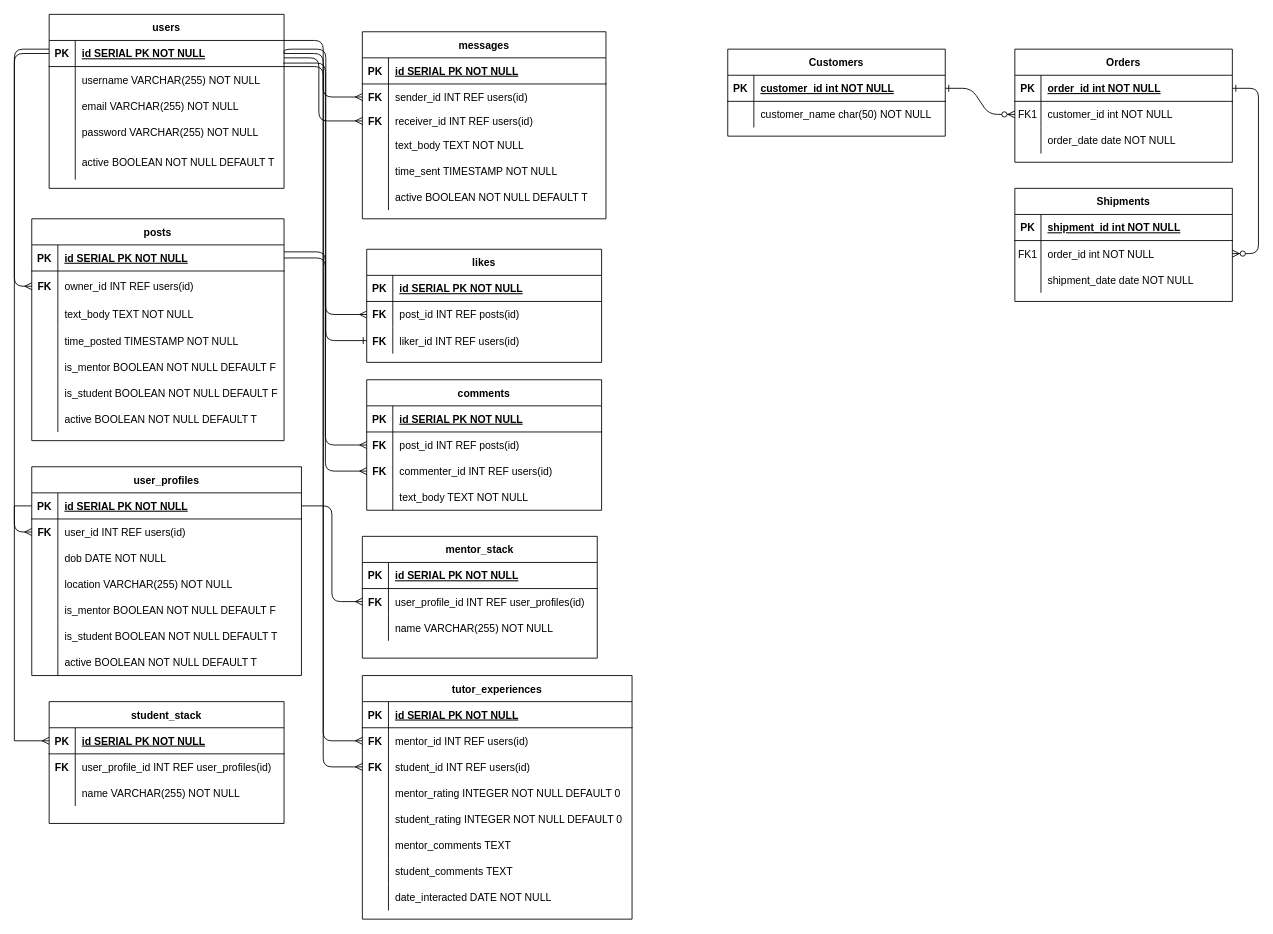
Before: erd.drawio in mgibby91/social_network, a draw.io diagram. Source tidied: cells renumbered, new cells numbered last; positions are measured from the earlier drawing's top-left corner, leaving out a move shared by most shapes. Both pictures are drawn from the tidied source at 87%, with x=0, y=0 at pixel (14, 14).
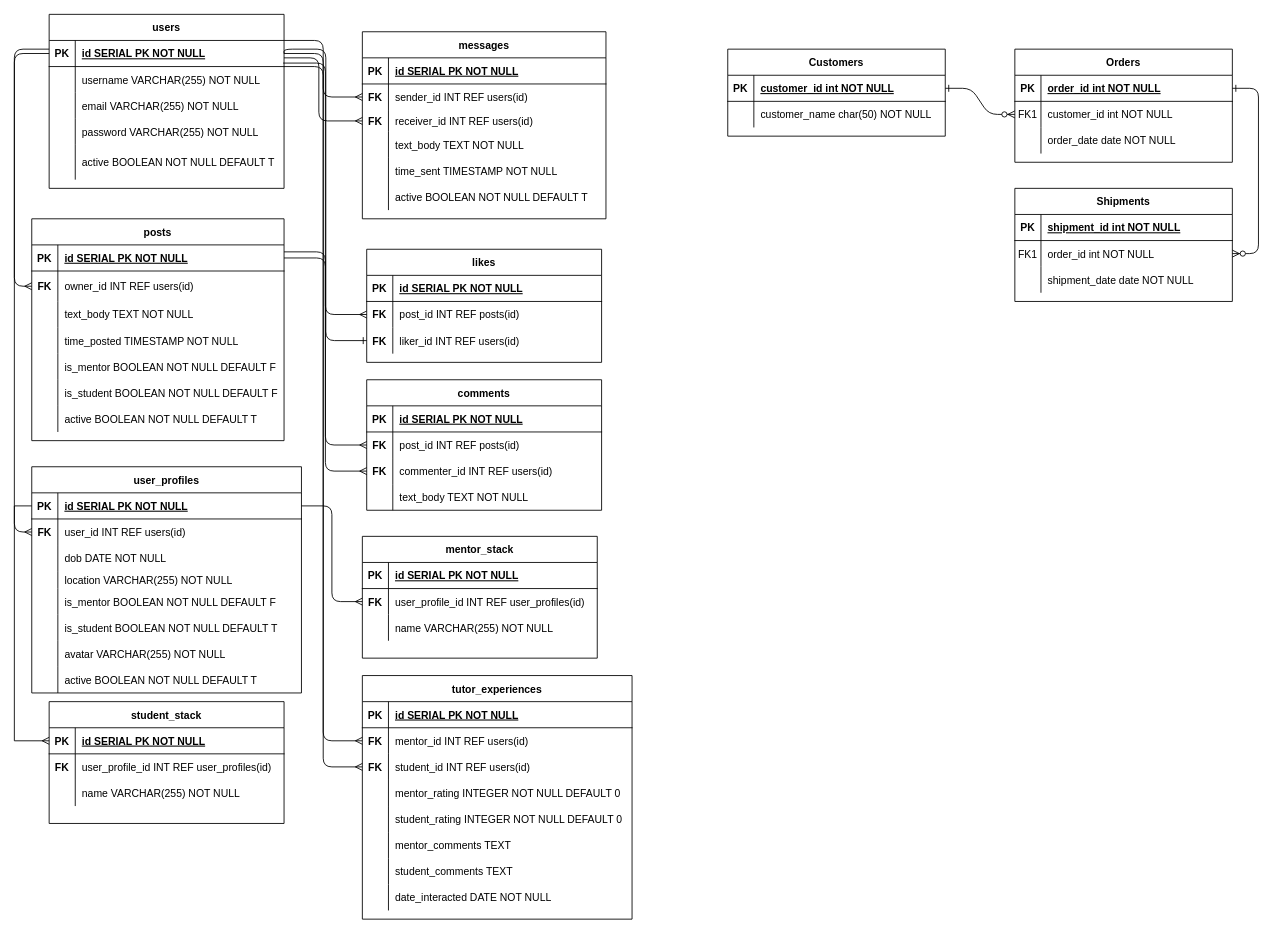
The same page after the edit.

Commit message (it also covers changes not shown here):
add avatar to msg list

What changed in the source:
```diff
@@
     <mxCell id="168" value="user_profiles" style="shape=table;startSize=30;childLayout=tableLayout;rowLines=0;fontStyle=1;align=center;" parent="1" vertex="1">
-      <mxGeometry x="20" y="520" width="310" height="240" as="geometry" />
+      <mxGeometry x="20" y="520" width="310" height="260" as="geometry" />
     </mxCell>
@@
     <mxCell id="178" style="shape=partialRectangle;fillColor=none;top=0;left=0;bottom=0;right=0;" parent="168" vertex="1">
-      <mxGeometry y="120" width="310" height="30" as="geometry" />
+      <mxGeometry y="120" width="310" height="20" as="geometry" />
     </mxCell>
     <mxCell id="179" style="shape=partialRectangle;fillColor=none;top=0;left=0;bottom=0;right=0;overflow=hidden;" parent="178" vertex="1">
-      <mxGeometry width="30" height="30" as="geometry" />
+      <mxGeometry width="30" height="20" as="geometry" />
     </mxCell>
     <mxCell id="180" value="location VARCHAR(255) NOT NULL" style="shape=partialRectangle;fillColor=none;top=0;left=0;bottom=0;right=0;align=left;spacingLeft=6;overflow=hidden;" parent="178" vertex="1">
-      <mxGeometry x="30" width="280" height="30" as="geometry" />
+      <mxGeometry x="30" width="280" height="20" as="geometry" />
     </mxCell>
     <mxCell id="181" style="shape=partialRectangle;fillColor=none;top=0;left=0;bottom=0;right=0;" parent="168" vertex="1">
-      <mxGeometry y="150" width="310" height="30" as="geometry" />
+      <mxGeometry y="140" width="310" height="30" as="geometry" />
     </mxCell>
@@
     <mxCell id="184" style="shape=partialRectangle;fillColor=none;top=0;left=0;bottom=0;right=0;" parent="168" vertex="1">
-      <mxGeometry y="180" width="310" height="30" as="geometry" />
+      <mxGeometry y="170" width="310" height="30" as="geometry" />
     </mxCell>
@@
     <mxCell id="187" style="shape=partialRectangle;fillColor=none;top=0;left=0;bottom=0;right=0;" parent="168" vertex="1">
-      <mxGeometry y="210" width="310" height="30" as="geometry" />
+      <mxGeometry y="200" width="310" height="30" as="geometry" />
     </mxCell>
@@
-    <mxCell id="189" value="active BOOLEAN NOT NULL DEFAULT T" style="shape=partialRectangle;fillColor=none;top=0;left=0;bottom=0;right=0;align=left;spacingLeft=6;overflow=hidden;" parent="187" vertex="1">
+    <mxCell id="189" value="avatar VARCHAR(255) NOT NULL" style="shape=partialRectangle;fillColor=none;top=0;left=0;bottom=0;right=0;align=left;spacingLeft=6;overflow=hidden;" parent="187" vertex="1">
       <mxGeometry x="30" width="280" height="30" as="geometry" />
     </mxCell>
+    <mxCell id="190" style="shape=partialRectangle;fillColor=none;top=0;left=0;bottom=0;right=0;" parent="168" vertex="1">
+      <mxGeometry y="230" width="310" height="30" as="geometry" />
+    </mxCell>
+    <mxCell id="191" style="shape=partialRectangle;fillColor=none;top=0;left=0;bottom=0;right=0;overflow=hidden;" parent="190" vertex="1">
+      <mxGeometry width="30" height="30" as="geometry" />
+    </mxCell>
+    <mxCell id="192" value="active BOOLEAN NOT NULL DEFAULT T" style="shape=partialRectangle;fillColor=none;top=0;left=0;bottom=0;right=0;align=left;spacingLeft=6;overflow=hidden;" parent="190" vertex="1">
+      <mxGeometry x="30" width="280" height="30" as="geometry" />
+    </mxCell>
```
